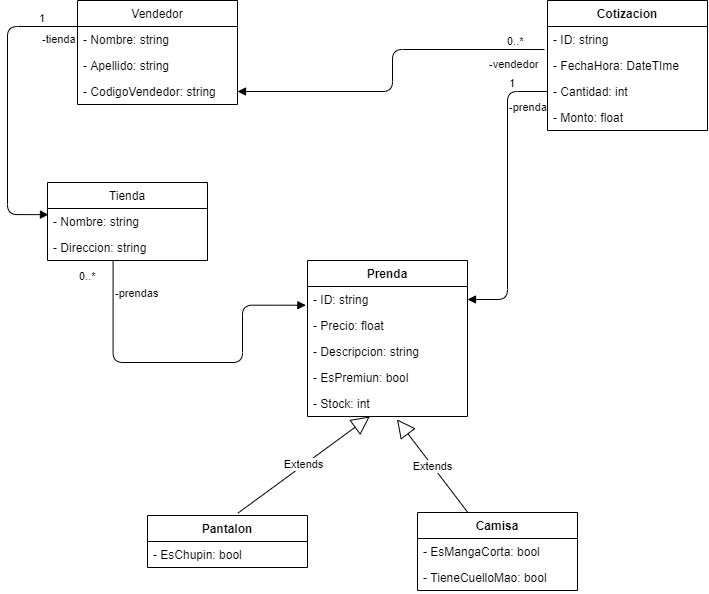
Above: Diagrama de Clases.png in artolajp/PreTestGC (draw.io), before the change. Source tidied: cells renumbered, new cells last; positions are measured from the earlier drawing's top-left corner, leaving out a move shared by most shapes.
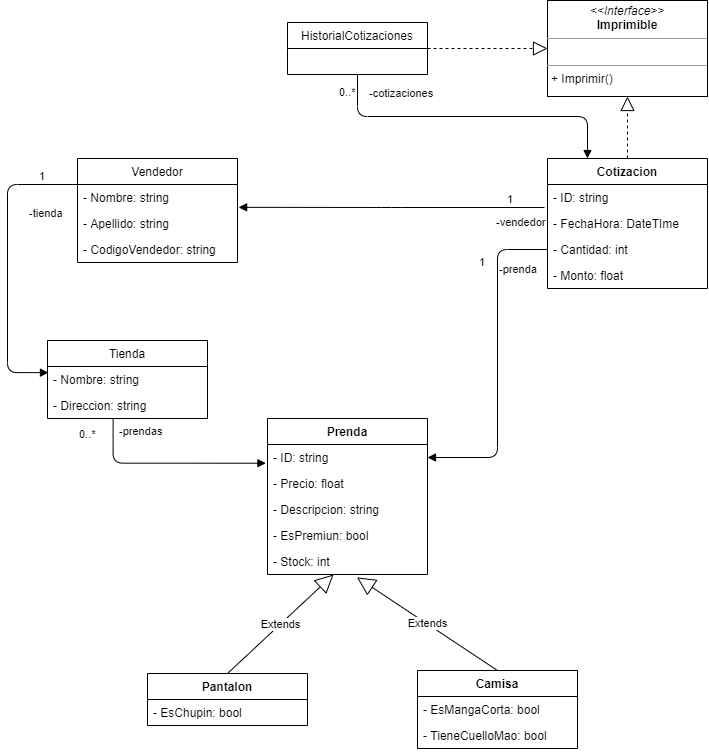
Above is the later version.

The edit, as a diff of the source:
```diff
@@ -29,16 +29,16 @@
     <mxCell id="10" value="- CodigoVendedor: string" style="text;strokeColor=none;fillColor=none;align=left;verticalAlign=top;spacingLeft=4;spacingRight=4;overflow=hidden;points=[[0,0.5],[1,0.5]];portConstraint=eastwest;" parent="7" vertex="1">
       <mxGeometry y="78" width="160" height="26" as="geometry" />
     </mxCell>
-    <mxCell id="11" value="-vendedor" style="endArrow=block;endFill=1;html=1;edgeStyle=orthogonalEdgeStyle;align=left;verticalAlign=top;exitX=-0.019;exitY=0.885;exitDx=0;exitDy=0;exitPerimeter=0;entryX=1;entryY=0.5;entryDx=0;entryDy=0;" parent="1" edge="1" source="3" target="10">
+    <mxCell id="11" value="-vendedor" style="endArrow=block;endFill=1;html=1;edgeStyle=orthogonalEdgeStyle;align=left;verticalAlign=top;exitX=-0.019;exitY=0.885;exitDx=0;exitDy=0;exitPerimeter=0;entryX=1.007;entryY=0.878;entryDx=0;entryDy=0;entryPerimeter=0;" parent="1" edge="1" source="3" target="8">
       <mxGeometry x="-0.67" y="2" relative="1" as="geometry" />
     </mxCell>
-    <mxCell id="12" value="0..*" style="edgeLabel;html=1;align=left;verticalAlign=bottom;" parent="11" vertex="1">
+    <mxCell id="12" value="1" style="edgeLabel;html=1;align=left;verticalAlign=bottom;" parent="11" vertex="1">
       <mxGeometry x="-1" relative="1" as="geometry">
         <mxPoint x="-39" as="offset" />
       </mxGeometry>
     </mxCell>
     <mxCell id="13" value="Prenda" style="swimlane;fontStyle=1;align=center;verticalAlign=top;horizontal=1;startSize=26;" parent="1" vertex="1">
-      <mxGeometry x="300" y="260" width="160" height="156" as="geometry" />
+      <mxGeometry x="260" y="260" width="160" height="156" as="geometry" />
     </mxCell>
     <mxCell id="14" value="- ID: string" style="text;strokeColor=none;fillColor=none;align=left;verticalAlign=top;spacingLeft=4;spacingRight=4;overflow=hidden;points=[[0,0.5],[1,0.5]];portConstraint=eastwest;" parent="13" vertex="1">
       <mxGeometry y="26" width="160" height="26" as="geometry" />
@@ -56,11 +56,16 @@
       <mxGeometry y="130" width="160" height="26" as="geometry" />
     </mxCell>
     <mxCell id="19" value="-prenda" style="endArrow=block;endFill=1;html=1;edgeStyle=orthogonalEdgeStyle;align=left;verticalAlign=top;exitX=0;exitY=0.5;exitDx=0;exitDy=0;entryX=1;entryY=0.5;entryDx=0;entryDy=0;" parent="1" edge="1" source="5" target="14">
-      <mxGeometry x="-0.7" relative="1" as="geometry" />
+      <mxGeometry x="-0.65" relative="1" as="geometry">
+        <Array as="points">
+          <mxPoint x="490" y="91" />
+          <mxPoint x="490" y="299" />
+        </Array>
+      </mxGeometry>
     </mxCell>
     <mxCell id="20" value="1" style="edgeLabel;html=1;align=left;verticalAlign=bottom;" parent="19" vertex="1">
       <mxGeometry x="-1" relative="1" as="geometry">
-        <mxPoint x="-40" as="offset" />
+        <mxPoint x="-70" y="21" as="offset" />
       </mxGeometry>
     </mxCell>
     <mxCell id="21" value="Tienda" style="swimlane;fontStyle=0;horizontal=1;startSize=26;fillColor=none;" parent="1" vertex="1">
@@ -73,7 +78,7 @@
       <mxGeometry y="52" width="160" height="26" as="geometry" />
     </mxCell>
     <mxCell id="24" value="-tienda" style="endArrow=block;endFill=1;html=1;edgeStyle=orthogonalEdgeStyle;align=left;verticalAlign=top;exitX=0;exitY=0.25;exitDx=0;exitDy=0;entryX=0.006;entryY=0.236;entryDx=0;entryDy=0;entryPerimeter=0;" parent="1" edge="1" source="7" target="22">
-      <mxGeometry x="-0.76" relative="1" as="geometry">
+      <mxGeometry x="-0.67" y="16" relative="1" as="geometry">
         <Array as="points">
           <mxPoint y="26" />
           <mxPoint y="214" />
@@ -86,11 +91,9 @@
       </mxGeometry>
     </mxCell>
     <mxCell id="26" value="-prendas" style="endArrow=block;endFill=1;html=1;edgeStyle=orthogonalEdgeStyle;align=left;verticalAlign=top;exitX=0.41;exitY=1.016;exitDx=0;exitDy=0;exitPerimeter=0;entryX=-0.01;entryY=0.72;entryDx=0;entryDy=0;entryPerimeter=0;" parent="1" edge="1" source="23" target="14">
-      <mxGeometry x="-0.89" relative="1" as="geometry">
+      <mxGeometry x="-1" y="4" relative="1" as="geometry">
         <Array as="points">
-          <mxPoint x="106" y="362" />
-          <mxPoint x="235" y="362" />
-          <mxPoint x="235" y="305" />
+          <mxPoint x="106" y="305" />
         </Array>
       </mxGeometry>
     </mxCell>
@@ -114,11 +117,31 @@
     <mxCell id="32" value="- TieneCuelloMao: bool" style="text;strokeColor=none;fillColor=none;align=left;verticalAlign=top;spacingLeft=4;spacingRight=4;overflow=hidden;" parent="30" vertex="1">
       <mxGeometry y="52" width="160" height="26" as="geometry" />
     </mxCell>
-    <mxCell id="33" value="Extends" style="endArrow=block;endSize=16;endFill=0;html=1;exitX=0.565;exitY=-0.045;exitDx=0;exitDy=0;exitPerimeter=0;" parent="1" edge="1" source="28" target="18">
+    <mxCell id="33" value="Extends" style="endArrow=block;endSize=16;endFill=0;html=1;exitX=0.5;exitY=0;exitDx=0;exitDy=0;" parent="1" edge="1" source="28" target="18">
       <mxGeometry relative="1" as="geometry" />
     </mxCell>
-    <mxCell id="34" value="Extends" style="endArrow=block;endSize=16;endFill=0;html=1;entryX=0.559;entryY=1.109;entryDx=0;entryDy=0;entryPerimeter=0;" parent="1" edge="1" source="30" target="18">
+    <mxCell id="34" value="Extends" style="endArrow=block;endSize=16;endFill=0;html=1;entryX=0.559;entryY=1.109;entryDx=0;entryDy=0;entryPerimeter=0;exitX=0.5;exitY=0;exitDx=0;exitDy=0;" parent="1" edge="1" source="30" target="18">
       <mxGeometry relative="1" as="geometry" />
     </mxCell>
+    <mxCell id="35" value="&lt;p style=&quot;margin: 0px ; margin-top: 4px ; text-align: center&quot;&gt;&lt;i&gt;&amp;lt;&amp;lt;Interface&amp;gt;&amp;gt;&lt;/i&gt;&lt;br&gt;&lt;b&gt;Imprimible&lt;/b&gt;&lt;/p&gt;&lt;hr size=&quot;1&quot;&gt;&lt;p style=&quot;margin: 0px ; margin-left: 4px&quot;&gt;&lt;br&gt;&lt;/p&gt;&lt;hr size=&quot;1&quot;&gt;&lt;p style=&quot;margin: 0px ; margin-left: 4px&quot;&gt;+ Imprimir()&lt;/p&gt;" style="verticalAlign=top;align=left;overflow=fill;fontSize=12;fontFamily=Helvetica;html=1;" parent="1" vertex="1">
+      <mxGeometry x="540" y="-158" width="160" height="96" as="geometry" />
+    </mxCell>
+    <mxCell id="36" style="endArrow=block;dashed=1;endFill=0;endSize=12;html=1;entryX=0.5;entryY=1;entryDx=0;entryDy=0;exitX=0.5;exitY=0;exitDx=0;exitDy=0;" parent="1" edge="1" source="2" target="35">
+      <mxGeometry relative="1" as="geometry" />
+    </mxCell>
+    <mxCell id="37" value="HistorialCotizaciones" style="swimlane;fontStyle=0;horizontal=1;startSize=26;fillColor=none;" parent="1" vertex="1">
+      <mxGeometry x="280" y="-136" width="140" height="52" as="geometry" />
+    </mxCell>
+    <mxCell id="38" style="endArrow=block;dashed=1;endFill=0;endSize=12;html=1;exitX=1;exitY=0.5;exitDx=0;exitDy=0;" parent="1" edge="1" source="37" target="35">
+      <mxGeometry relative="1" as="geometry" />
+    </mxCell>
+    <mxCell id="39" value="-cotizaciones" style="endArrow=block;endFill=1;html=1;edgeStyle=orthogonalEdgeStyle;align=left;verticalAlign=top;exitX=0.5;exitY=1;exitDx=0;exitDy=0;entryX=0.25;entryY=0;entryDx=0;entryDy=0;" parent="1" edge="1" source="37" target="2">
+      <mxGeometry x="-0.96" y="10" relative="1" as="geometry" />
+    </mxCell>
+    <mxCell id="40" value="0..*" style="edgeLabel;html=1;align=left;verticalAlign=bottom;" parent="39" vertex="1">
+      <mxGeometry x="-1" relative="1" as="geometry">
+        <mxPoint x="-20" y="26" as="offset" />
+      </mxGeometry>
+    </mxCell>
   </root>
 </mxGraphModel>
```
